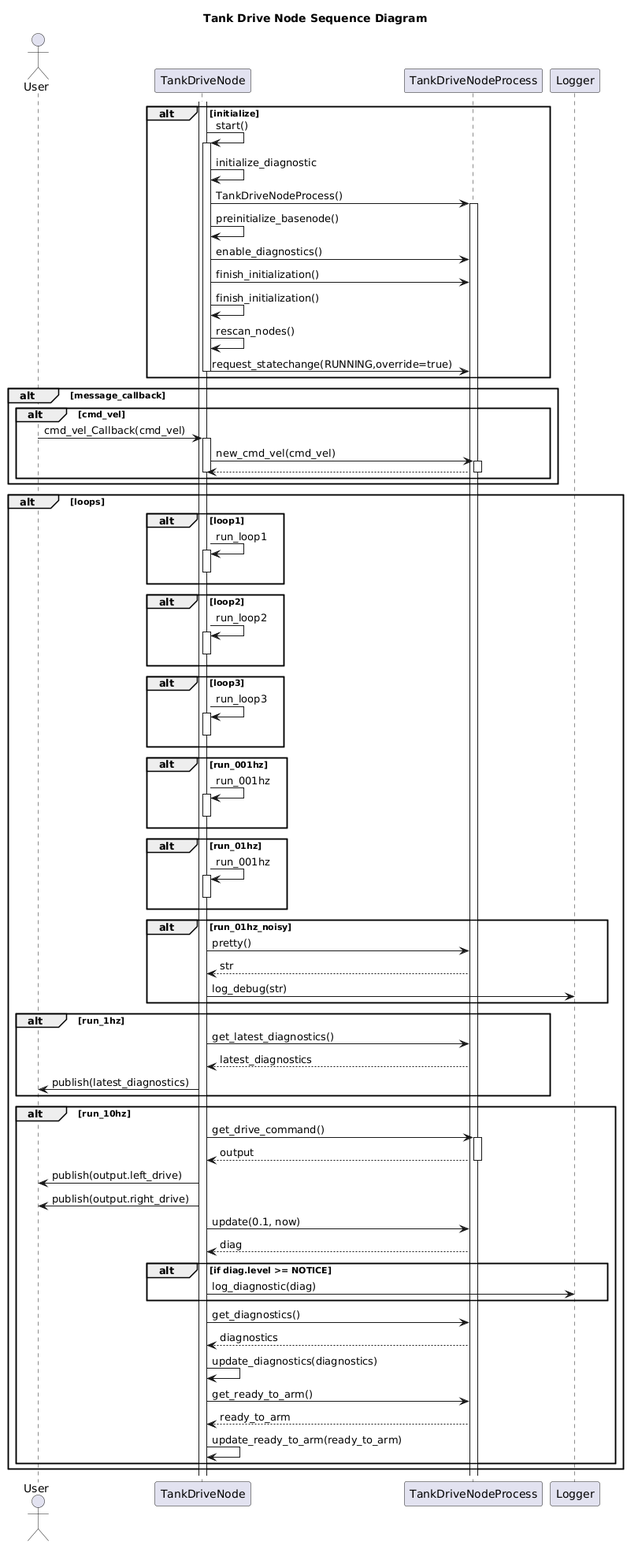
Earlier version of the PlantUML export nodes/TankDriveNode/doc/output/TankDriveNodeSequenceDiagram.png (fastrobotics/crawler_app).
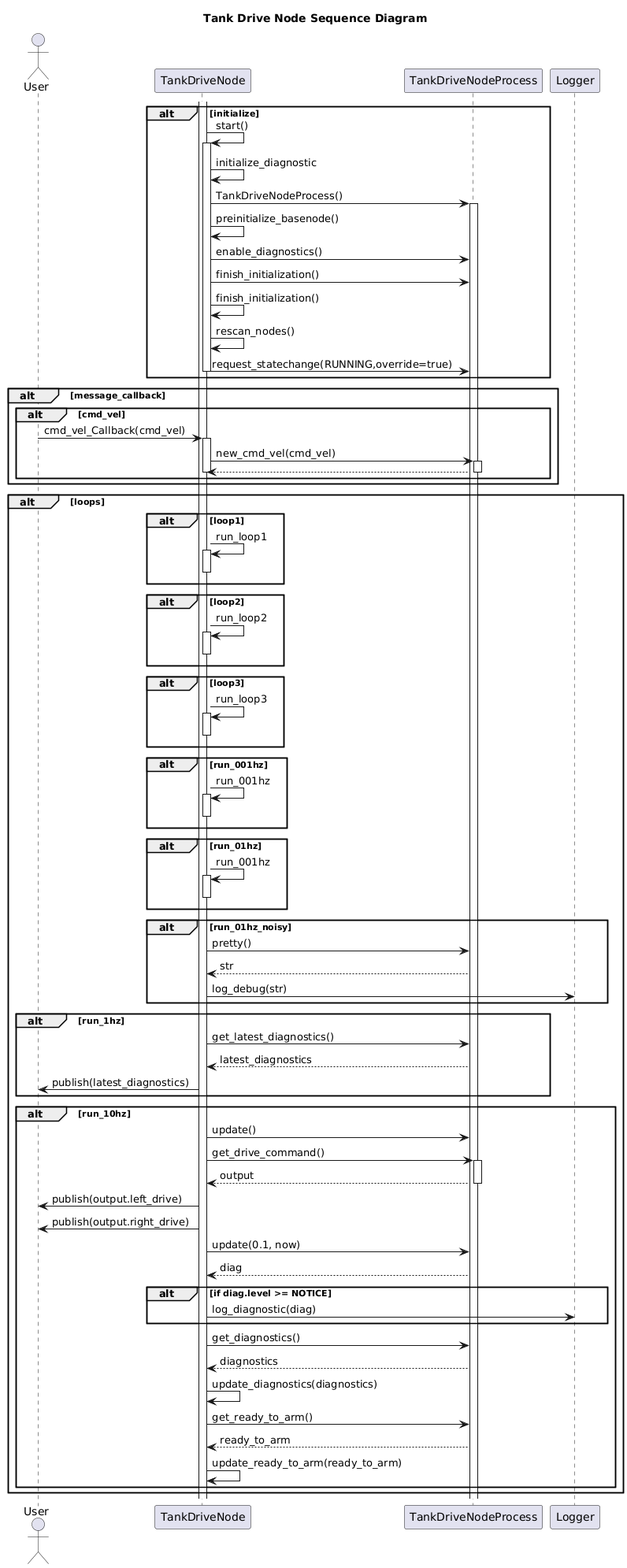
After the change.

The edit, as a diff of the source:
```diff
@@ -61,6 +61,7 @@
         node -> user: publish(latest_diagnostics)
     end
     alt run_10hz
+        node -> process: update()
         node -> process++: get_drive_command()
         process --> node--: output
         node -> user: publish(output.left_drive)
```
